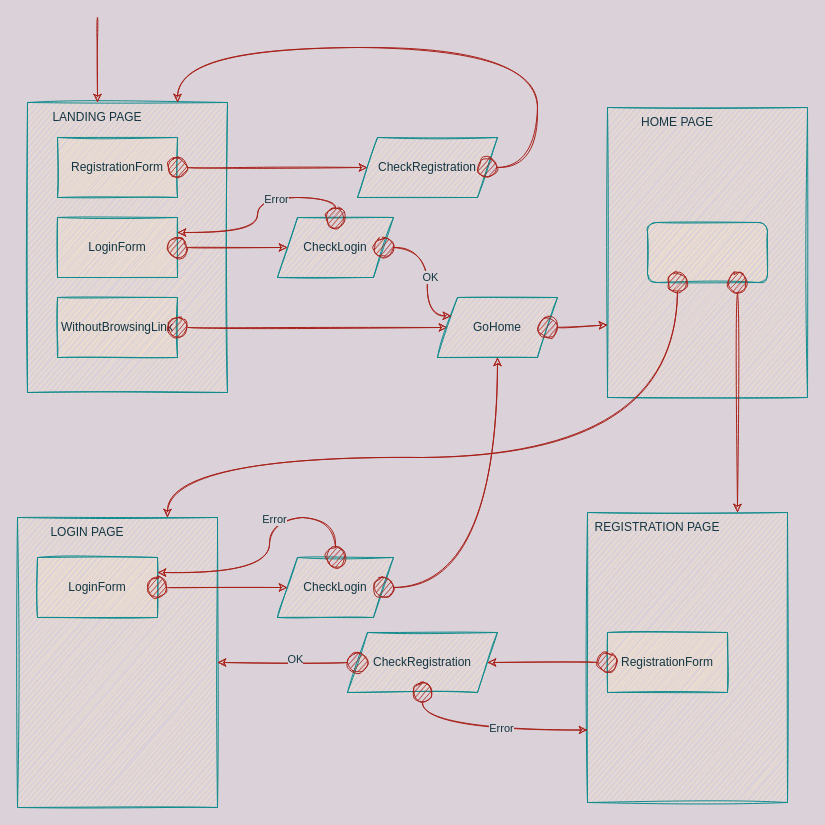
Before: page "Login/Registration" (4 of 5) of diagrams/Interaction_diagram.drawio in mark-2389/TelcoService_SC42, a draw.io diagram. Source tidied: cells renumbered, new cells numbered last; positions are measured from the earlier drawing's top-left corner, leaving out a move shared by most shapes. Both pictures are drawn from the tidied source at 100%, with x=0, y=0 at pixel (17, 17).
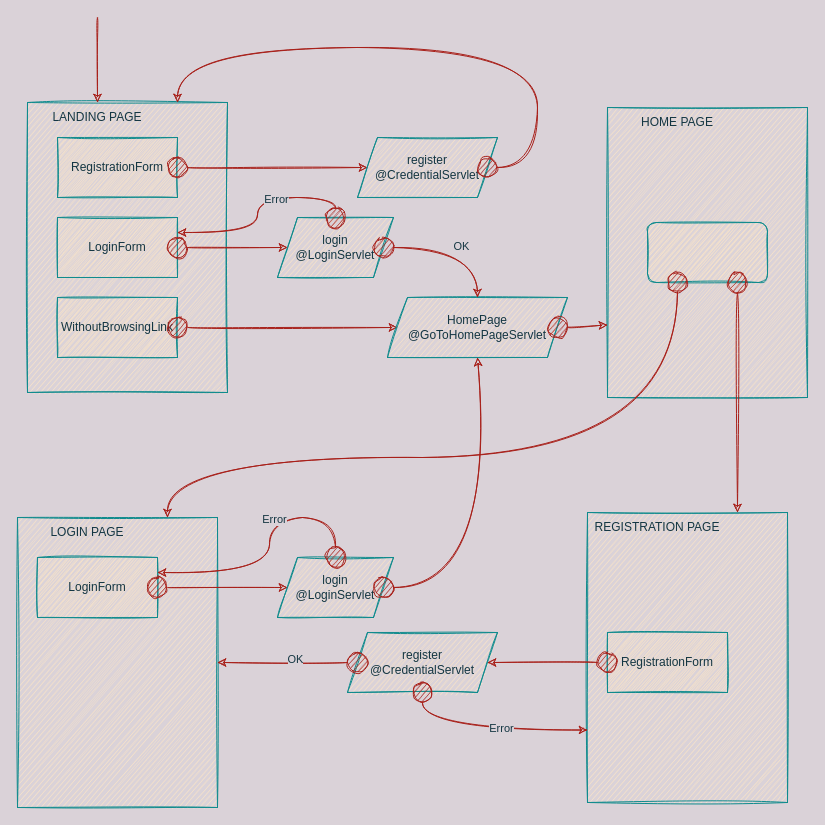
The same diagram, later.

Commit message:
Updated login/registration page and servlet diagram.

The edit, as a diff of the source:
```diff
@@
-    <mxCell id="23" value="GoHome" style="shape=parallelogram;perimeter=parallelogramPerimeter;whiteSpace=wrap;html=1;fixedSize=1;rounded=0;fillColor=#FAE5C7;strokeColor=#0F8B8D;fontColor=#143642;sketch=1;" parent="1" vertex="1">
-      <mxGeometry x="420" y="280" width="120" height="60" as="geometry" />
+    <mxCell id="23" value="HomePage&lt;br&gt;@GoToHomePageServlet" style="shape=parallelogram;perimeter=parallelogramPerimeter;whiteSpace=wrap;html=1;fixedSize=1;rounded=0;fillColor=#FAE5C7;strokeColor=#0F8B8D;fontColor=#143642;sketch=1;" parent="1" vertex="1">
+      <mxGeometry x="370" y="280" width="180" height="60" as="geometry" />
     </mxCell>
@@
-    <mxCell id="25" value="CheckRegistration" style="shape=parallelogram;perimeter=parallelogramPerimeter;whiteSpace=wrap;html=1;fixedSize=1;rounded=0;fillColor=#FAE5C7;strokeColor=#0F8B8D;fontColor=#143642;sketch=1;" parent="1" vertex="1">
+    <mxCell id="25" value="register&lt;br&gt;@CredentialServlet" style="shape=parallelogram;perimeter=parallelogramPerimeter;whiteSpace=wrap;html=1;fixedSize=1;rounded=0;fillColor=#FAE5C7;strokeColor=#0F8B8D;fontColor=#143642;sketch=1;" parent="1" vertex="1">
       <mxGeometry x="340" y="120" width="140" height="60" as="geometry" />
     </mxCell>
-    <mxCell id="26" value="CheckLogin" style="shape=parallelogram;perimeter=parallelogramPerimeter;whiteSpace=wrap;html=1;fixedSize=1;rounded=0;fillColor=#FAE5C7;strokeColor=#0F8B8D;fontColor=#143642;sketch=1;" parent="1" vertex="1">
+    <mxCell id="26" value="login&lt;br&gt;@LoginServlet" style="shape=parallelogram;perimeter=parallelogramPerimeter;whiteSpace=wrap;html=1;fixedSize=1;rounded=0;fillColor=#FAE5C7;strokeColor=#0F8B8D;fontColor=#143642;sketch=1;" parent="1" vertex="1">
       <mxGeometry x="260" y="200" width="116" height="60" as="geometry" />
     </mxCell>
-    <mxCell id="27" style="endArrow=classic;html=1;startArrow=oval;startFill=1;endSize=6;startSize=20;endFill=1;exitX=1;exitY=0.5;exitDx=0;exitDy=0;entryX=0;entryY=0.25;entryDx=0;entryDy=0;rounded=0;labelBackgroundColor=#DAD2D8;strokeColor=#A8201A;fontColor=#143642;sketch=1;curved=1;" parent="1" edge="1" source="26" target="23">
+    <mxCell id="27" style="endArrow=classic;html=1;startArrow=oval;startFill=1;endSize=6;startSize=20;endFill=1;exitX=1;exitY=0.5;exitDx=0;exitDy=0;rounded=0;labelBackgroundColor=#DAD2D8;strokeColor=#A8201A;fontColor=#143642;sketch=1;curved=1;entryX=0.5;entryY=0;entryDx=0;entryDy=0;" parent="1" edge="1" source="26" target="23">
       <mxGeometry relative="1" as="geometry">
         <Array as="points">
-          <mxPoint x="410" y="230" />
-          <mxPoint x="410" y="298" />
+          <mxPoint x="460" y="230" />
         </Array>
       </mxGeometry>
     </mxCell>
@@
-    <mxCell id="32" value="CheckRegistration" style="shape=parallelogram;perimeter=parallelogramPerimeter;whiteSpace=wrap;html=1;fixedSize=1;rounded=0;fillColor=#FAE5C7;strokeColor=#0F8B8D;fontColor=#143642;sketch=1;" parent="1" vertex="1">
+    <mxCell id="32" value="register&lt;br&gt;@CredentialServlet" style="shape=parallelogram;perimeter=parallelogramPerimeter;whiteSpace=wrap;html=1;fixedSize=1;rounded=0;fillColor=#FAE5C7;strokeColor=#0F8B8D;fontColor=#143642;sketch=1;" parent="1" vertex="1">
       <mxGeometry x="330" y="615" width="150" height="60" as="geometry" />
     </mxCell>
@@
-    <mxCell id="37" value="CheckLogin" style="shape=parallelogram;perimeter=parallelogramPerimeter;whiteSpace=wrap;html=1;fixedSize=1;rounded=0;fillColor=#FAE5C7;strokeColor=#0F8B8D;fontColor=#143642;sketch=1;" parent="1" vertex="1">
+    <mxCell id="37" value="login&lt;br&gt;@LoginServlet" style="shape=parallelogram;perimeter=parallelogramPerimeter;whiteSpace=wrap;html=1;fixedSize=1;rounded=0;fillColor=#FAE5C7;strokeColor=#0F8B8D;fontColor=#143642;sketch=1;" parent="1" vertex="1">
       <mxGeometry x="260" y="540" width="116" height="60" as="geometry" />
     </mxCell>
```
